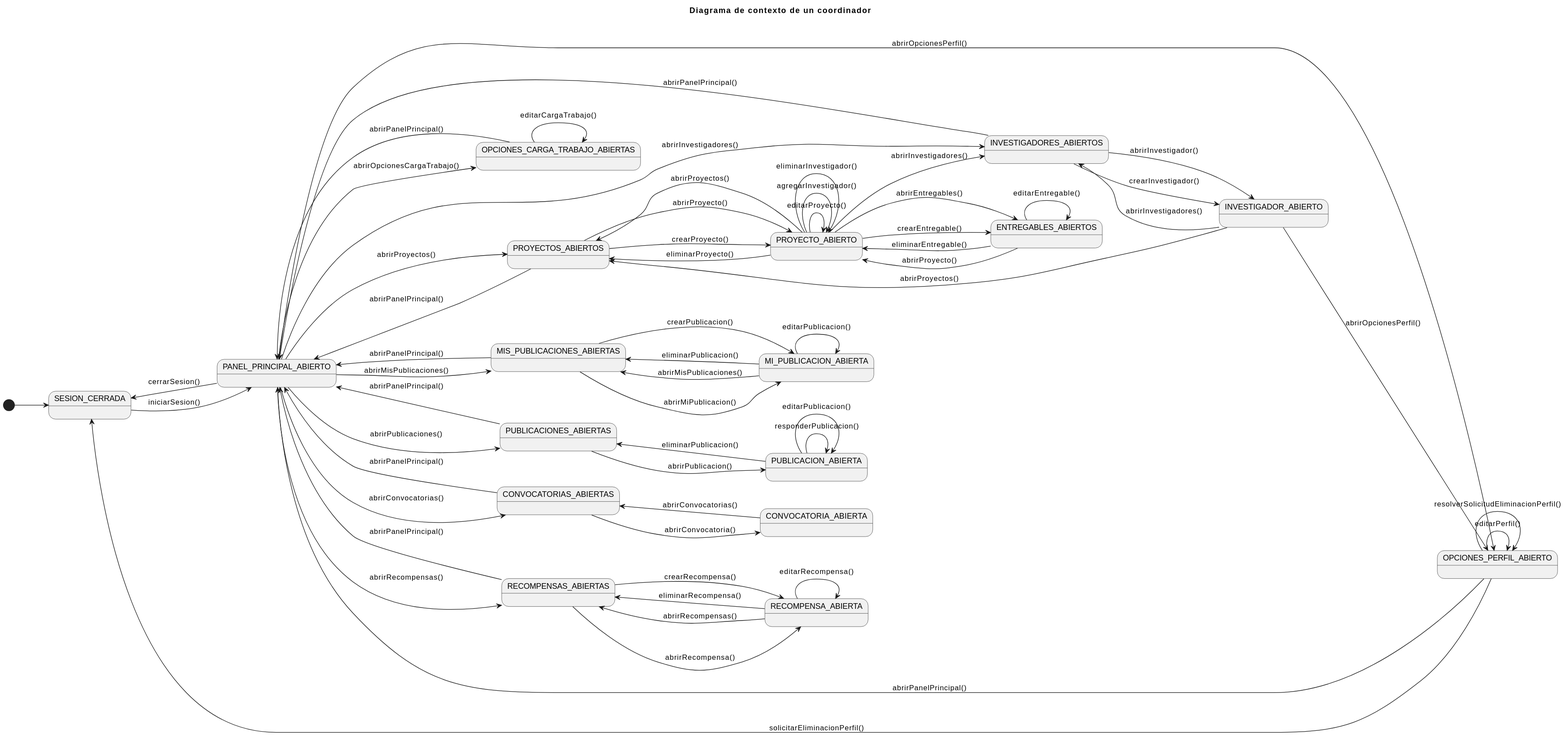
Above: documentación/CasosDeUso/Imagenes/diagramas/DiagramaContextoCoordinador.svg in 31Diego/25-26-IdSw1-SdR (PlantUML), before the change. Its diagram source:
```plantuml
@startuml
title Diagrama de contexto de un coordinador

left to right direction

[*] --> SESION_CERRADA
SESION_CERRADA --> PANEL_PRINCIPAL_ABIERTO: iniciarSesion()
PANEL_PRINCIPAL_ABIERTO --> SESION_CERRADA: cerrarSesion()

PANEL_PRINCIPAL_ABIERTO --> OPCIONES_PERFIL_ABIERTO: abrirOpcionesPerfil()
PANEL_PRINCIPAL_ABIERTO --> OPCIONES_CARGA_TRABAJO_ABIERTAS: abrirOpcionesCargaTrabajo()
PANEL_PRINCIPAL_ABIERTO --> PROYECTOS_ABIERTOS: abrirProyectos()
PANEL_PRINCIPAL_ABIERTO --> INVESTIGADORES_ABIERTOS: abrirInvestigadores()
PANEL_PRINCIPAL_ABIERTO --> MIS_PUBLICACIONES_ABIERTAS: abrirMisPublicaciones()
PANEL_PRINCIPAL_ABIERTO --> PUBLICACIONES_ABIERTAS: abrirPublicaciones()
PANEL_PRINCIPAL_ABIERTO --> CONVOCATORIAS_ABIERTAS: abrirConvocatorias()
PANEL_PRINCIPAL_ABIERTO --> RECOMPENSAS_ABIERTAS: abrirRecompensas()

PUBLICACIONES_ABIERTAS --> PUBLICACION_ABIERTA: abrirPublicacion()
PUBLICACION_ABIERTA --> PUBLICACION_ABIERTA: responderPublicacion()
PUBLICACION_ABIERTA --> PUBLICACION_ABIERTA: editarPublicacion()
PUBLICACION_ABIERTA --> PUBLICACIONES_ABIERTAS: eliminarPublicacion()
PUBLICACIONES_ABIERTAS --> PANEL_PRINCIPAL_ABIERTO: abrirPanelPrincipal()

MIS_PUBLICACIONES_ABIERTAS --> MI_PUBLICACION_ABIERTA: abrirMiPublicacion()
MIS_PUBLICACIONES_ABIERTAS --> MI_PUBLICACION_ABIERTA: crearPublicacion()
MI_PUBLICACION_ABIERTA --> MI_PUBLICACION_ABIERTA: editarPublicacion()
MI_PUBLICACION_ABIERTA --> MIS_PUBLICACIONES_ABIERTAS: eliminarPublicacion()
MIS_PUBLICACIONES_ABIERTAS --> PANEL_PRINCIPAL_ABIERTO: abrirPanelPrincipal()
MI_PUBLICACION_ABIERTA --> MIS_PUBLICACIONES_ABIERTAS: abrirMisPublicaciones()

OPCIONES_PERFIL_ABIERTO --> OPCIONES_PERFIL_ABIERTO: editarPerfil()
OPCIONES_PERFIL_ABIERTO --> OPCIONES_PERFIL_ABIERTO: resolverSolicitudEliminacionPerfil()
OPCIONES_PERFIL_ABIERTO --> SESION_CERRADA: solicitarEliminacionPerfil()
OPCIONES_PERFIL_ABIERTO --> PANEL_PRINCIPAL_ABIERTO: abrirPanelPrincipal()

OPCIONES_CARGA_TRABAJO_ABIERTAS --> OPCIONES_CARGA_TRABAJO_ABIERTAS: editarCargaTrabajo()
OPCIONES_CARGA_TRABAJO_ABIERTAS --> PANEL_PRINCIPAL_ABIERTO: abrirPanelPrincipal()

CONVOCATORIAS_ABIERTAS --> CONVOCATORIA_ABIERTA: abrirConvocatoria()
CONVOCATORIA_ABIERTA --> CONVOCATORIAS_ABIERTAS: abrirConvocatorias()
CONVOCATORIAS_ABIERTAS --> PANEL_PRINCIPAL_ABIERTO: abrirPanelPrincipal()

RECOMPENSAS_ABIERTAS --> RECOMPENSA_ABIERTA: abrirRecompensa()
RECOMPENSAS_ABIERTAS --> RECOMPENSA_ABIERTA: crearRecompensa()
RECOMPENSA_ABIERTA --> RECOMPENSA_ABIERTA: editarRecompensa()
RECOMPENSA_ABIERTA --> RECOMPENSAS_ABIERTAS: eliminarRecompensa()
RECOMPENSA_ABIERTA --> RECOMPENSAS_ABIERTAS: abrirRecompensas()
RECOMPENSAS_ABIERTAS --> PANEL_PRINCIPAL_ABIERTO: abrirPanelPrincipal()

PROYECTOS_ABIERTOS --> PROYECTO_ABIERTO: abrirProyecto()
PROYECTOS_ABIERTOS --> PROYECTO_ABIERTO: crearProyecto()
PROYECTO_ABIERTO --> PROYECTO_ABIERTO: editarProyecto()
PROYECTO_ABIERTO --> PROYECTOS_ABIERTOS: eliminarProyecto()
PROYECTO_ABIERTO --> PROYECTO_ABIERTO: agregarInvestigador()
PROYECTO_ABIERTO --> PROYECTO_ABIERTO: eliminarInvestigador()
PROYECTO_ABIERTO --> ENTREGABLES_ABIERTOS: abrirEntregables()
PROYECTO_ABIERTO --> ENTREGABLES_ABIERTOS: crearEntregable()
PROYECTO_ABIERTO --> INVESTIGADORES_ABIERTOS: abrirInvestigadores()
PROYECTO_ABIERTO --> PROYECTOS_ABIERTOS: abrirProyectos()
PROYECTOS_ABIERTOS --> PANEL_PRINCIPAL_ABIERTO: abrirPanelPrincipal()

ENTREGABLES_ABIERTOS --> ENTREGABLES_ABIERTOS: editarEntregable()
ENTREGABLES_ABIERTOS --> PROYECTO_ABIERTO: eliminarEntregable()
ENTREGABLES_ABIERTOS --> PROYECTO_ABIERTO: abrirProyecto()

INVESTIGADORES_ABIERTOS --> INVESTIGADOR_ABIERTO: abrirInvestigador()
INVESTIGADORES_ABIERTOS --> INVESTIGADOR_ABIERTO: crearInvestigador()
INVESTIGADORES_ABIERTOS --> PANEL_PRINCIPAL_ABIERTO: abrirPanelPrincipal()

INVESTIGADOR_ABIERTO --> OPCIONES_PERFIL_ABIERTO: abrirOpcionesPerfil()
INVESTIGADOR_ABIERTO --> INVESTIGADORES_ABIERTOS: abrirInvestigadores()
INVESTIGADOR_ABIERTO --> PROYECTOS_ABIERTOS: abrirProyectos()
@enduml
```
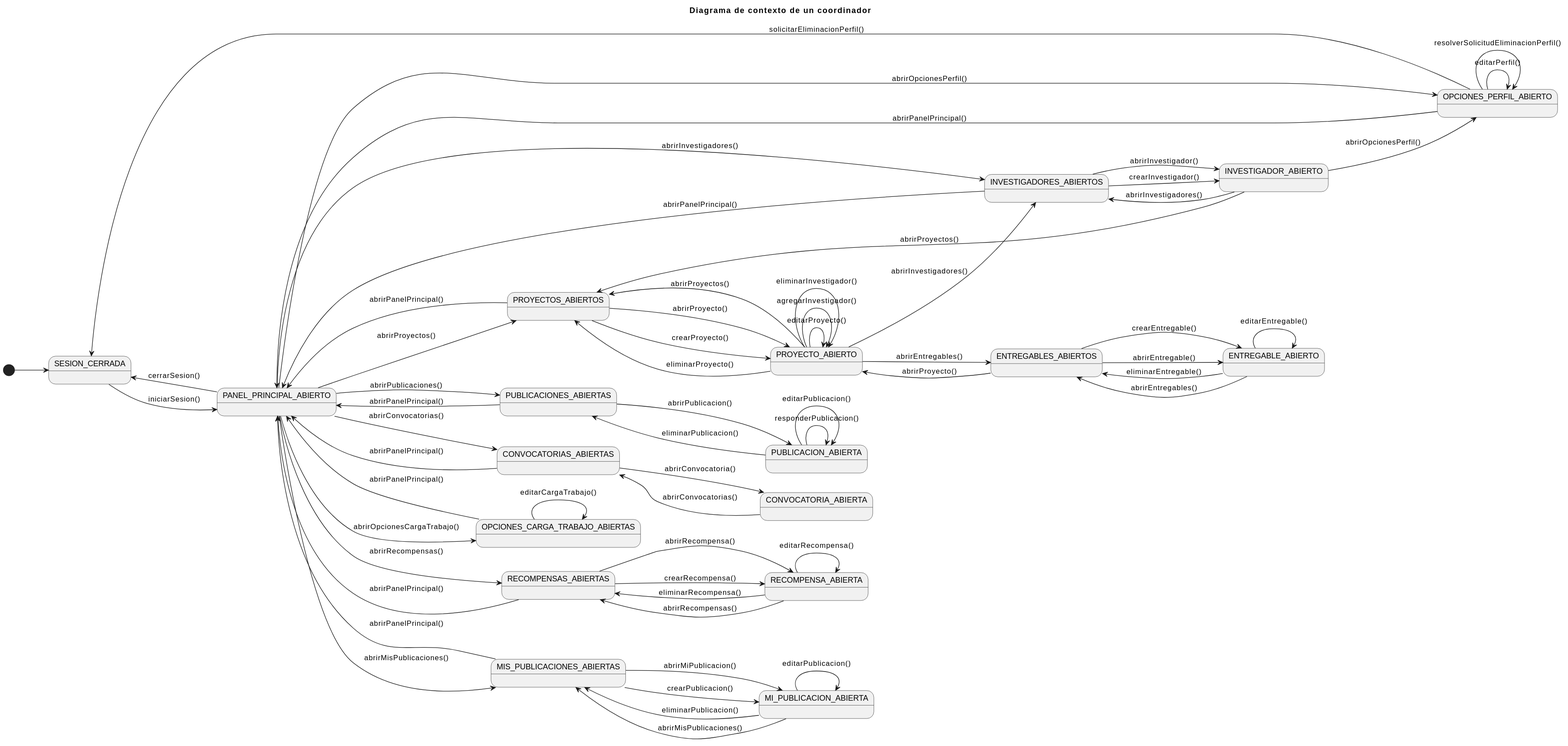
After the commit.

Commit message:
correccion entregables

Diff of the diagram source:
```diff
@@ -55,14 +55,17 @@
 PROYECTO_ABIERTO --> PROYECTO_ABIERTO: agregarInvestigador()
 PROYECTO_ABIERTO --> PROYECTO_ABIERTO: eliminarInvestigador()
 PROYECTO_ABIERTO --> ENTREGABLES_ABIERTOS: abrirEntregables()
-PROYECTO_ABIERTO --> ENTREGABLES_ABIERTOS: crearEntregable()
+ENTREGABLES_ABIERTOS --> ENTREGABLE_ABIERTO: crearEntregable()
 PROYECTO_ABIERTO --> INVESTIGADORES_ABIERTOS: abrirInvestigadores()
 PROYECTO_ABIERTO --> PROYECTOS_ABIERTOS: abrirProyectos()
 PROYECTOS_ABIERTOS --> PANEL_PRINCIPAL_ABIERTO: abrirPanelPrincipal()
 
-ENTREGABLES_ABIERTOS --> ENTREGABLES_ABIERTOS: editarEntregable()
-ENTREGABLES_ABIERTOS --> PROYECTO_ABIERTO: eliminarEntregable()
+ENTREGABLE_ABIERTO --> ENTREGABLE_ABIERTO: editarEntregable()
+ENTREGABLES_ABIERTOS --> ENTREGABLE_ABIERTO: abrirEntregable()
+ENTREGABLE_ABIERTO --> ENTREGABLES_ABIERTOS: eliminarEntregable()
 ENTREGABLES_ABIERTOS --> PROYECTO_ABIERTO: abrirProyecto()
+ENTREGABLE_ABIERTO --> ENTREGABLES_ABIERTOS: abrirEntregables()
+
 
 INVESTIGADORES_ABIERTOS --> INVESTIGADOR_ABIERTO: abrirInvestigador()
 INVESTIGADORES_ABIERTOS --> INVESTIGADOR_ABIERTO: crearInvestigador()
```
